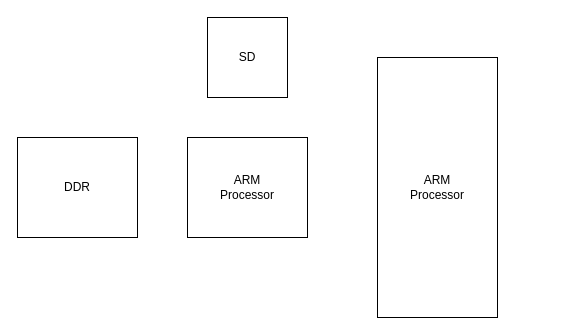
This is page "第 2 页" (2 of 2) of 系统顶层.drawio from Tanglia/draw, a draw.io file, before an edit. Source tidied: cells renumbered, new cells numbered last; positions are measured from the earlier drawing's top-left corner, leaving out a move shared by most shapes. Both pictures are drawn from the tidied source at 100%, with x=0, y=0 at pixel (17, 17).
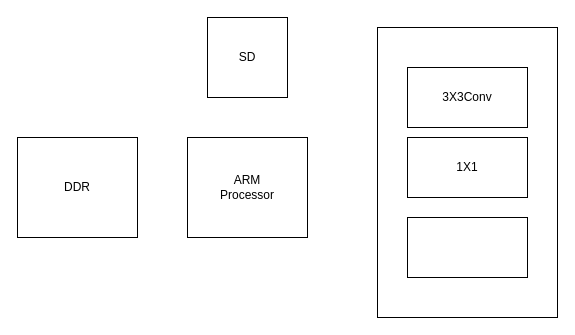
The same diagram, later.

Commit message:
更新系统顶层.drawio

The edit, as a diff of the source:
```diff
@@
 <mxGraphModel>
   <root>
     <mxCell id="0" />
     <mxCell id="1" parent="0" />
     <mxCell id="2" value="ARM&lt;br&gt;Processor" style="rounded=0;whiteSpace=wrap;html=1;" parent="1" vertex="1">
       <mxGeometry x="170" y="120" width="120" height="100" as="geometry" />
     </mxCell>
     <mxCell id="3" value="SD" style="whiteSpace=wrap;html=1;" parent="1" vertex="1">
       <mxGeometry x="190" width="80" height="80" as="geometry" />
     </mxCell>
     <mxCell id="4" value="DDR" style="rounded=0;whiteSpace=wrap;html=1;" parent="1" vertex="1">
       <mxGeometry y="120" width="120" height="100" as="geometry" />
     </mxCell>
-    <mxCell id="5" value="ARM&lt;br&gt;Processor" style="rounded=0;whiteSpace=wrap;html=1;" parent="1" vertex="1">
-      <mxGeometry x="360" y="40" width="120" height="260" as="geometry" />
+    <mxCell id="5" style="rounded=0;whiteSpace=wrap;html=1;" parent="1" vertex="1">
+      <mxGeometry x="360" y="10" width="180" height="290" as="geometry" />
     </mxCell>
+    <mxCell id="6" value="3X3Conv" style="rounded=0;whiteSpace=wrap;html=1;" parent="1" vertex="1">
+      <mxGeometry x="390" y="50" width="120" height="60" as="geometry" />
+    </mxCell>
+    <mxCell id="7" value="1X1" style="rounded=0;whiteSpace=wrap;html=1;" parent="1" vertex="1">
+      <mxGeometry x="390" y="120" width="120" height="60" as="geometry" />
+    </mxCell>
+    <mxCell id="8" style="rounded=0;whiteSpace=wrap;html=1;" parent="1" vertex="1">
+      <mxGeometry x="390" y="200" width="120" height="60" as="geometry" />
+    </mxCell>
   </root>
 </mxGraphModel>
```
